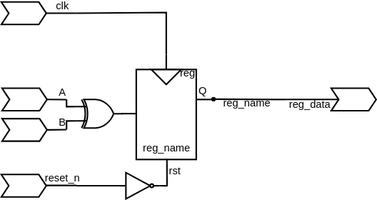
Before: .pic/Basic Verilog structures/registers/fig_07.drawio.svg, a diagram exported from draw.io (MPSU/APS). Source tidied: cells renumbered, new cells last; positions are measured from the earlier drawing's top-left corner, leaving out a move shared by most shapes. The source it was exported from:
```xml
<mxGraphModel>
  <root>
    <mxCell id="0" />
    <mxCell id="1" parent="0" />
    <mxCell id="2" value="&lt;font style=&quot;font-size: 7px;&quot;&gt;reg_name&lt;/font&gt;" style="rounded=0;whiteSpace=wrap;html=1;verticalAlign=bottom;spacingBottom=0;fillColor=none;" parent="1" vertex="1">
      <mxGeometry x="89.5" y="45" width="40" height="60" as="geometry" />
    </mxCell>
    <mxCell id="3" value="reg" style="text;html=1;strokeColor=none;fillColor=none;align=center;verticalAlign=middle;whiteSpace=wrap;rounded=0;fontSize=7;" parent="1" vertex="1">
      <mxGeometry x="116.5" y="44" width="14" height="8" as="geometry" />
    </mxCell>
    <mxCell id="4" style="endArrow=none;html=1;rounded=0;fontSize=7;" parent="1" edge="1">
      <mxGeometry relative="1" as="geometry">
        <mxPoint x="139.5" y="65" as="sourcePoint" />
        <mxPoint x="129.5" y="65" as="targetPoint" />
      </mxGeometry>
    </mxCell>
    <mxCell id="5" style="endArrow=none;html=1;rounded=0;fontSize=7;" parent="1" edge="1">
      <mxGeometry relative="1" as="geometry">
        <mxPoint x="109.5" y="45" as="sourcePoint" />
        <mxPoint x="109.5" y="35" as="targetPoint" />
      </mxGeometry>
    </mxCell>
    <mxCell id="6" style="triangle;whiteSpace=wrap;html=1;fontSize=7;rotation=90;fillColor=none;" parent="1" vertex="1">
      <mxGeometry x="104.5" y="40" width="10" height="20" as="geometry" />
    </mxCell>
    <mxCell id="7" value="Q" style="text;html=1;strokeColor=none;fillColor=none;align=center;verticalAlign=middle;whiteSpace=wrap;rounded=0;fontSize=7;" parent="1" vertex="1">
      <mxGeometry x="130.5" y="55" width="6" height="10" as="geometry" />
    </mxCell>
    <mxCell id="8" style="endArrow=none;html=1;rounded=0;fontSize=7;startArrow=oval;startFill=1;endSize=6;startSize=2;" parent="1" edge="1">
      <mxGeometry relative="1" as="geometry">
        <mxPoint x="141" y="64.8" as="sourcePoint" />
        <mxPoint x="180" y="65" as="targetPoint" />
      </mxGeometry>
    </mxCell>
    <mxCell id="9" value="&lt;font style=&quot;font-size: 7px;&quot;&gt;reg_name&lt;/font&gt;" style="edgeLabel;html=1;align=center;verticalAlign=middle;fontSize=7;labelBackgroundColor=none;" parent="8" vertex="1">
      <mxGeometry x="0.13" relative="1" as="geometry">
        <mxPoint y="3" as="offset" />
      </mxGeometry>
    </mxCell>
    <mxCell id="10" style="shape=step;perimeter=stepPerimeter;whiteSpace=wrap;html=1;fixedSize=1;labelBackgroundColor=#CB9EFF;fontSize=7;fillColor=none;size=5;" parent="1" vertex="1">
      <mxGeometry x="-0.5" width="30" height="15" as="geometry" />
    </mxCell>
    <mxCell id="11" style="shape=step;perimeter=stepPerimeter;whiteSpace=wrap;html=1;fixedSize=1;labelBackgroundColor=#CB9EFF;fontSize=7;fillColor=none;size=5;" parent="1" vertex="1">
      <mxGeometry y="57.5" width="30" height="15" as="geometry" />
    </mxCell>
    <mxCell id="12" style="endArrow=none;html=1;rounded=0;fontSize=7;entryX=1;entryY=0.5;entryDx=0;entryDy=0;" parent="1" edge="1" target="11">
      <mxGeometry relative="1" as="geometry">
        <mxPoint x="43" y="65.1" as="sourcePoint" />
      </mxGeometry>
    </mxCell>
    <mxCell id="13" value="A" style="edgeLabel;html=1;align=center;verticalAlign=middle;fontSize=7;labelBackgroundColor=none;" parent="12" vertex="1">
      <mxGeometry x="0.2" relative="1" as="geometry">
        <mxPoint x="4" y="-5" as="offset" />
      </mxGeometry>
    </mxCell>
    <mxCell id="14" style="endArrow=none;html=1;rounded=0;fontSize=7;" parent="1" edge="1">
      <mxGeometry relative="1" as="geometry">
        <mxPoint x="29.5" y="7.5" as="sourcePoint" />
        <mxPoint x="49.5" y="7.5" as="targetPoint" />
      </mxGeometry>
    </mxCell>
    <mxCell id="15" value="clk" style="edgeLabel;html=1;align=center;verticalAlign=middle;fontSize=7;labelBackgroundColor=none;" parent="14" vertex="1">
      <mxGeometry x="0.4" y="-1" relative="1" as="geometry">
        <mxPoint x="-4" y="-6" as="offset" />
      </mxGeometry>
    </mxCell>
    <mxCell id="16" style="shape=step;perimeter=stepPerimeter;whiteSpace=wrap;html=1;fixedSize=1;labelBackgroundColor=#CB9EFF;fontSize=7;fillColor=none;size=5;" parent="1" vertex="1">
      <mxGeometry x="219.5" y="57.5" width="30" height="15" as="geometry" />
    </mxCell>
    <mxCell id="17" style="endArrow=none;html=1;rounded=0;fontSize=7;" parent="1" edge="1">
      <mxGeometry relative="1" as="geometry">
        <mxPoint x="224.5" y="65" as="sourcePoint" />
        <mxPoint x="189.5" y="65" as="targetPoint" />
      </mxGeometry>
    </mxCell>
    <mxCell id="18" value="reg_data" style="edgeLabel;html=1;align=center;verticalAlign=middle;fontSize=7;labelBackgroundColor=none;" parent="17" vertex="1">
      <mxGeometry x="0.2" relative="1" as="geometry">
        <mxPoint x="1" y="3" as="offset" />
      </mxGeometry>
    </mxCell>
    <mxCell id="19" style="endArrow=none;html=1;rounded=0;fontSize=7;" parent="1" edge="1">
      <mxGeometry relative="1" as="geometry">
        <mxPoint x="109.5" y="35" as="sourcePoint" />
        <mxPoint x="49.5" y="7.5" as="targetPoint" />
        <Array as="points">
          <mxPoint x="109.5" y="7" />
        </Array>
      </mxGeometry>
    </mxCell>
    <mxCell id="20" style="endArrow=none;html=1;rounded=0;fontSize=7;" parent="1" edge="1">
      <mxGeometry relative="1" as="geometry">
        <mxPoint x="179.5" y="65" as="sourcePoint" />
        <mxPoint x="189.5" y="65" as="targetPoint" />
      </mxGeometry>
    </mxCell>
    <mxCell id="21" style="endArrow=none;html=1;rounded=0;fontSize=7;entryX=0.511;entryY=0.992;entryDx=0;entryDy=0;entryPerimeter=0;" parent="1" edge="1" target="2">
      <mxGeometry relative="1" as="geometry">
        <mxPoint x="110" y="123" as="sourcePoint" />
      </mxGeometry>
    </mxCell>
    <mxCell id="22" value="rst" style="edgeLabel;html=1;align=center;verticalAlign=middle;fontSize=7;" parent="21" vertex="1">
      <mxGeometry x="0.41" relative="1" as="geometry">
        <mxPoint x="5" y="2" as="offset" />
      </mxGeometry>
    </mxCell>
    <mxCell id="23" style="group;" parent="1" vertex="1">
      <mxGeometry x="-0.5" y="115" width="80" height="15" as="geometry" />
    </mxCell>
    <mxCell id="24" style="shape=step;perimeter=stepPerimeter;whiteSpace=wrap;html=1;fixedSize=1;labelBackgroundColor=#CB9EFF;fontSize=7;fillColor=none;size=5;" parent="23" vertex="1">
      <mxGeometry width="30" height="15" as="geometry" />
    </mxCell>
    <mxCell id="25" style="endArrow=none;html=1;rounded=0;fontSize=7;" parent="23" edge="1">
      <mxGeometry relative="1" as="geometry">
        <mxPoint x="50" y="7.3" as="sourcePoint" />
        <mxPoint x="30" y="7.3" as="targetPoint" />
      </mxGeometry>
    </mxCell>
    <mxCell id="26" value="reset_n" style="edgeLabel;html=1;align=center;verticalAlign=middle;fontSize=7;labelBackgroundColor=none;" parent="25" vertex="1">
      <mxGeometry x="0.2" relative="1" as="geometry">
        <mxPoint x="2" y="-5" as="offset" />
      </mxGeometry>
    </mxCell>
    <mxCell id="27" style="endArrow=none;html=1;rounded=0;fontSize=7;" parent="23" edge="1">
      <mxGeometry relative="1" as="geometry">
        <mxPoint x="50" y="7.5" as="sourcePoint" />
        <mxPoint x="80" y="7.5" as="targetPoint" />
      </mxGeometry>
    </mxCell>
    <mxCell id="28" style="shape=step;perimeter=stepPerimeter;whiteSpace=wrap;html=1;fixedSize=1;labelBackgroundColor=#CB9EFF;fontSize=7;fillColor=none;size=5;" parent="1" vertex="1">
      <mxGeometry y="77.8" width="30" height="15" as="geometry" />
    </mxCell>
    <mxCell id="29" style="endArrow=none;html=1;rounded=0;fontSize=7;entryX=1;entryY=0.5;entryDx=0;entryDy=0;" parent="1" edge="1" target="28">
      <mxGeometry relative="1" as="geometry">
        <mxPoint x="43" y="85.1" as="sourcePoint" />
      </mxGeometry>
    </mxCell>
    <mxCell id="30" value="B" style="edgeLabel;html=1;align=center;verticalAlign=middle;fontSize=7;labelBackgroundColor=none;" parent="29" vertex="1">
      <mxGeometry x="0.2" relative="1" as="geometry">
        <mxPoint x="4" y="-5" as="offset" />
      </mxGeometry>
    </mxCell>
    <mxCell id="31" style="endArrow=none;html=1;rounded=0;fontSize=7;" parent="1" edge="1">
      <mxGeometry relative="1" as="geometry">
        <mxPoint x="79.5" y="74.4" as="sourcePoint" />
        <mxPoint x="89.5" y="74.4" as="targetPoint" />
      </mxGeometry>
    </mxCell>
    <mxCell id="32" style="edgeStyle=orthogonalEdgeStyle;rounded=0;jettySize=auto;html=1;exitX=1;exitY=0.5;exitDx=0;exitDy=0;exitPerimeter=0;endArrow=none;endFill=0;" parent="1" edge="1" source="33">
      <mxGeometry relative="1" as="geometry">
        <mxPoint x="110" y="122.5" as="targetPoint" />
      </mxGeometry>
    </mxCell>
    <mxCell id="33" style="verticalLabelPosition=bottom;shadow=0;dashed=0;align=center;html=1;verticalAlign=top;shape=mxgraph.electrical.logic_gates.inverter_2;" parent="1" vertex="1">
      <mxGeometry x="78" y="113.8" width="27" height="17.5" as="geometry" />
    </mxCell>
    <mxCell id="34" style="edgeStyle=orthogonalEdgeStyle;rounded=0;jettySize=auto;html=1;exitX=0;exitY=0.25;exitDx=0;exitDy=0;exitPerimeter=0;endArrow=none;endFill=0;" parent="1" edge="1" source="36">
      <mxGeometry relative="1" as="geometry">
        <mxPoint x="43" y="65" as="targetPoint" />
      </mxGeometry>
    </mxCell>
    <mxCell id="35" style="edgeStyle=orthogonalEdgeStyle;rounded=0;jettySize=auto;html=1;exitX=0;exitY=0.75;exitDx=0;exitDy=0;exitPerimeter=0;endArrow=none;endFill=0;" parent="1" edge="1" source="36">
      <mxGeometry relative="1" as="geometry">
        <mxPoint x="43" y="85" as="targetPoint" />
      </mxGeometry>
    </mxCell>
    <mxCell id="36" style="verticalLabelPosition=bottom;shadow=0;dashed=0;align=center;html=1;verticalAlign=top;shape=mxgraph.electrical.logic_gates.logic_gate;operation=xor;" parent="1" vertex="1">
      <mxGeometry x="50" y="65" width="30.5" height="19" as="geometry" />
    </mxCell>
  </root>
</mxGraphModel>
```
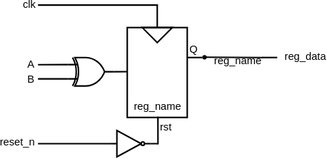
After the change.

What changed in the source:
```diff
@@ -5,21 +5,21 @@
     <mxCell id="2" value="&lt;font style=&quot;font-size: 7px;&quot;&gt;reg_name&lt;/font&gt;" style="rounded=0;whiteSpace=wrap;html=1;verticalAlign=bottom;spacingBottom=0;fillColor=none;" parent="1" vertex="1">
       <mxGeometry x="89.5" y="45" width="40" height="60" as="geometry" />
     </mxCell>
-    <mxCell id="3" value="reg" style="text;html=1;strokeColor=none;fillColor=none;align=center;verticalAlign=middle;whiteSpace=wrap;rounded=0;fontSize=7;" parent="1" vertex="1">
-      <mxGeometry x="116.5" y="44" width="14" height="8" as="geometry" />
-    </mxCell>
     <mxCell id="4" style="endArrow=none;html=1;rounded=0;fontSize=7;" parent="1" edge="1">
       <mxGeometry relative="1" as="geometry">
         <mxPoint x="139.5" y="65" as="sourcePoint" />
         <mxPoint x="129.5" y="65" as="targetPoint" />
       </mxGeometry>
     </mxCell>
-    <mxCell id="5" style="endArrow=none;html=1;rounded=0;fontSize=7;" parent="1" edge="1">
-      <mxGeometry relative="1" as="geometry">
-        <mxPoint x="109.5" y="45" as="sourcePoint" />
-        <mxPoint x="109.5" y="35" as="targetPoint" />
-      </mxGeometry>
-    </mxCell>
+    <mxCell id="37" style="edgeStyle=orthogonalEdgeStyle;rounded=0;jettySize=auto;html=1;exitX=0;exitY=0.5;exitDx=0;exitDy=0;endArrow=none;endFill=0;" parent="1" edge="1" source="6">
+      <mxGeometry relative="1" as="geometry">
+        <mxPoint x="30" y="30" as="targetPoint" />
+        <Array as="points">
+          <mxPoint x="109" y="30" />
+          <mxPoint x="30" y="30" />
+        </Array>
+      </mxGeometry>
+    </mxCell>
     <mxCell id="6" style="triangle;whiteSpace=wrap;html=1;fontSize=7;rotation=90;fillColor=none;" parent="1" vertex="1">
       <mxGeometry x="104.5" y="40" width="10" height="20" as="geometry" />
     </mxCell>
@@ -37,56 +37,6 @@
         <mxPoint y="3" as="offset" />
       </mxGeometry>
     </mxCell>
-    <mxCell id="10" style="shape=step;perimeter=stepPerimeter;whiteSpace=wrap;html=1;fixedSize=1;labelBackgroundColor=#CB9EFF;fontSize=7;fillColor=none;size=5;" parent="1" vertex="1">
-      <mxGeometry x="-0.5" width="30" height="15" as="geometry" />
-    </mxCell>
-    <mxCell id="11" style="shape=step;perimeter=stepPerimeter;whiteSpace=wrap;html=1;fixedSize=1;labelBackgroundColor=#CB9EFF;fontSize=7;fillColor=none;size=5;" parent="1" vertex="1">
-      <mxGeometry y="57.5" width="30" height="15" as="geometry" />
-    </mxCell>
-    <mxCell id="12" style="endArrow=none;html=1;rounded=0;fontSize=7;entryX=1;entryY=0.5;entryDx=0;entryDy=0;" parent="1" edge="1" target="11">
-      <mxGeometry relative="1" as="geometry">
-        <mxPoint x="43" y="65.1" as="sourcePoint" />
-      </mxGeometry>
-    </mxCell>
-    <mxCell id="13" value="A" style="edgeLabel;html=1;align=center;verticalAlign=middle;fontSize=7;labelBackgroundColor=none;" parent="12" vertex="1">
-      <mxGeometry x="0.2" relative="1" as="geometry">
-        <mxPoint x="4" y="-5" as="offset" />
-      </mxGeometry>
-    </mxCell>
-    <mxCell id="14" style="endArrow=none;html=1;rounded=0;fontSize=7;" parent="1" edge="1">
-      <mxGeometry relative="1" as="geometry">
-        <mxPoint x="29.5" y="7.5" as="sourcePoint" />
-        <mxPoint x="49.5" y="7.5" as="targetPoint" />
-      </mxGeometry>
-    </mxCell>
-    <mxCell id="15" value="clk" style="edgeLabel;html=1;align=center;verticalAlign=middle;fontSize=7;labelBackgroundColor=none;" parent="14" vertex="1">
-      <mxGeometry x="0.4" y="-1" relative="1" as="geometry">
-        <mxPoint x="-4" y="-6" as="offset" />
-      </mxGeometry>
-    </mxCell>
-    <mxCell id="16" style="shape=step;perimeter=stepPerimeter;whiteSpace=wrap;html=1;fixedSize=1;labelBackgroundColor=#CB9EFF;fontSize=7;fillColor=none;size=5;" parent="1" vertex="1">
-      <mxGeometry x="219.5" y="57.5" width="30" height="15" as="geometry" />
-    </mxCell>
-    <mxCell id="17" style="endArrow=none;html=1;rounded=0;fontSize=7;" parent="1" edge="1">
-      <mxGeometry relative="1" as="geometry">
-        <mxPoint x="224.5" y="65" as="sourcePoint" />
-        <mxPoint x="189.5" y="65" as="targetPoint" />
-      </mxGeometry>
-    </mxCell>
-    <mxCell id="18" value="reg_data" style="edgeLabel;html=1;align=center;verticalAlign=middle;fontSize=7;labelBackgroundColor=none;" parent="17" vertex="1">
-      <mxGeometry x="0.2" relative="1" as="geometry">
-        <mxPoint x="1" y="3" as="offset" />
-      </mxGeometry>
-    </mxCell>
-    <mxCell id="19" style="endArrow=none;html=1;rounded=0;fontSize=7;" parent="1" edge="1">
-      <mxGeometry relative="1" as="geometry">
-        <mxPoint x="109.5" y="35" as="sourcePoint" />
-        <mxPoint x="49.5" y="7.5" as="targetPoint" />
-        <Array as="points">
-          <mxPoint x="109.5" y="7" />
-        </Array>
-      </mxGeometry>
-    </mxCell>
     <mxCell id="20" style="endArrow=none;html=1;rounded=0;fontSize=7;" parent="1" edge="1">
       <mxGeometry relative="1" as="geometry">
         <mxPoint x="179.5" y="65" as="sourcePoint" />
@@ -103,45 +53,8 @@
         <mxPoint x="5" y="2" as="offset" />
       </mxGeometry>
     </mxCell>
-    <mxCell id="23" style="group;" parent="1" vertex="1">
-      <mxGeometry x="-0.5" y="115" width="80" height="15" as="geometry" />
-    </mxCell>
-    <mxCell id="24" style="shape=step;perimeter=stepPerimeter;whiteSpace=wrap;html=1;fixedSize=1;labelBackgroundColor=#CB9EFF;fontSize=7;fillColor=none;size=5;" parent="23" vertex="1">
-      <mxGeometry width="30" height="15" as="geometry" />
-    </mxCell>
-    <mxCell id="25" style="endArrow=none;html=1;rounded=0;fontSize=7;" parent="23" edge="1">
-      <mxGeometry relative="1" as="geometry">
-        <mxPoint x="50" y="7.3" as="sourcePoint" />
-        <mxPoint x="30" y="7.3" as="targetPoint" />
-      </mxGeometry>
-    </mxCell>
-    <mxCell id="26" value="reset_n" style="edgeLabel;html=1;align=center;verticalAlign=middle;fontSize=7;labelBackgroundColor=none;" parent="25" vertex="1">
-      <mxGeometry x="0.2" relative="1" as="geometry">
-        <mxPoint x="2" y="-5" as="offset" />
-      </mxGeometry>
-    </mxCell>
-    <mxCell id="27" style="endArrow=none;html=1;rounded=0;fontSize=7;" parent="23" edge="1">
-      <mxGeometry relative="1" as="geometry">
-        <mxPoint x="50" y="7.5" as="sourcePoint" />
-        <mxPoint x="80" y="7.5" as="targetPoint" />
-      </mxGeometry>
-    </mxCell>
-    <mxCell id="28" style="shape=step;perimeter=stepPerimeter;whiteSpace=wrap;html=1;fixedSize=1;labelBackgroundColor=#CB9EFF;fontSize=7;fillColor=none;size=5;" parent="1" vertex="1">
-      <mxGeometry y="77.8" width="30" height="15" as="geometry" />
-    </mxCell>
-    <mxCell id="29" style="endArrow=none;html=1;rounded=0;fontSize=7;entryX=1;entryY=0.5;entryDx=0;entryDy=0;" parent="1" edge="1" target="28">
-      <mxGeometry relative="1" as="geometry">
-        <mxPoint x="43" y="85.1" as="sourcePoint" />
-      </mxGeometry>
-    </mxCell>
-    <mxCell id="30" value="B" style="edgeLabel;html=1;align=center;verticalAlign=middle;fontSize=7;labelBackgroundColor=none;" parent="29" vertex="1">
-      <mxGeometry x="0.2" relative="1" as="geometry">
-        <mxPoint x="4" y="-5" as="offset" />
-      </mxGeometry>
-    </mxCell>
-    <mxCell id="31" style="endArrow=none;html=1;rounded=0;fontSize=7;" parent="1" edge="1">
+    <mxCell id="31" style="endArrow=none;html=1;rounded=0;fontSize=7;exitX=1;exitY=0.5;exitDx=0;exitDy=0;exitPerimeter=0;" parent="1" edge="1" source="36">
       <mxGeometry relative="1" as="geometry">
-        <mxPoint x="79.5" y="74.4" as="sourcePoint" />
         <mxPoint x="89.5" y="74.4" as="targetPoint" />
       </mxGeometry>
     </mxCell>
@@ -150,21 +63,41 @@
         <mxPoint x="110" y="122.5" as="targetPoint" />
       </mxGeometry>
     </mxCell>
+    <mxCell id="38" style="edgeStyle=orthogonalEdgeStyle;rounded=0;jettySize=auto;html=1;exitX=0;exitY=0.5;exitDx=0;exitDy=0;exitPerimeter=0;endArrow=none;endFill=0;" parent="1" edge="1" source="33">
+      <mxGeometry relative="1" as="geometry">
+        <mxPoint x="30" y="122.5" as="targetPoint" />
+      </mxGeometry>
+    </mxCell>
     <mxCell id="33" style="verticalLabelPosition=bottom;shadow=0;dashed=0;align=center;html=1;verticalAlign=top;shape=mxgraph.electrical.logic_gates.inverter_2;" parent="1" vertex="1">
       <mxGeometry x="78" y="113.8" width="27" height="17.5" as="geometry" />
     </mxCell>
-    <mxCell id="34" style="edgeStyle=orthogonalEdgeStyle;rounded=0;jettySize=auto;html=1;exitX=0;exitY=0.25;exitDx=0;exitDy=0;exitPerimeter=0;endArrow=none;endFill=0;" parent="1" edge="1" source="36">
-      <mxGeometry relative="1" as="geometry">
-        <mxPoint x="43" y="65" as="targetPoint" />
-      </mxGeometry>
-    </mxCell>
-    <mxCell id="35" style="edgeStyle=orthogonalEdgeStyle;rounded=0;jettySize=auto;html=1;exitX=0;exitY=0.75;exitDx=0;exitDy=0;exitPerimeter=0;endArrow=none;endFill=0;" parent="1" edge="1" source="36">
-      <mxGeometry relative="1" as="geometry">
-        <mxPoint x="43" y="85" as="targetPoint" />
-      </mxGeometry>
-    </mxCell>
+    <mxCell id="39" style="edgeStyle=orthogonalEdgeStyle;rounded=0;jettySize=auto;html=1;exitX=0;exitY=0.25;exitDx=0;exitDy=0;exitPerimeter=0;endArrow=none;endFill=0;" parent="1" edge="1" source="36">
+      <mxGeometry relative="1" as="geometry">
+        <mxPoint x="30" y="69.7" as="targetPoint" />
+      </mxGeometry>
+    </mxCell>
+    <mxCell id="40" style="edgeStyle=orthogonalEdgeStyle;rounded=0;jettySize=auto;html=1;exitX=0;exitY=0.75;exitDx=0;exitDy=0;exitPerimeter=0;endArrow=none;endFill=0;" parent="1" edge="1" source="36">
+      <mxGeometry relative="1" as="geometry">
+        <mxPoint x="30" y="79.3" as="targetPoint" />
+      </mxGeometry>
+    </mxCell>
     <mxCell id="36" style="verticalLabelPosition=bottom;shadow=0;dashed=0;align=center;html=1;verticalAlign=top;shape=mxgraph.electrical.logic_gates.logic_gate;operation=xor;" parent="1" vertex="1">
       <mxGeometry x="50" y="65" width="30.5" height="19" as="geometry" />
     </mxCell>
+    <mxCell id="18" value="reg_data" style="edgeLabel;html=1;align=center;verticalAlign=middle;fontSize=7;labelBackgroundColor=none;" parent="1" vertex="1">
+      <mxGeometry x="208" y="65" as="geometry" />
+    </mxCell>
+    <mxCell id="26" value="reset_n" style="edgeLabel;html=1;align=center;verticalAlign=middle;fontSize=7;labelBackgroundColor=none;" parent="1" vertex="1">
+      <mxGeometry x="15.5" y="122.3" as="geometry" />
+    </mxCell>
+    <mxCell id="13" value="A" style="edgeLabel;html=1;align=center;verticalAlign=middle;fontSize=7;labelBackgroundColor=none;" parent="1" vertex="1">
+      <mxGeometry x="25" y="70" as="geometry" />
+    </mxCell>
+    <mxCell id="30" value="B" style="edgeLabel;html=1;align=center;verticalAlign=middle;fontSize=7;labelBackgroundColor=none;" parent="1" vertex="1">
+      <mxGeometry x="25" y="80" as="geometry" />
+    </mxCell>
+    <mxCell id="15" value="clk" style="edgeLabel;html=1;align=center;verticalAlign=middle;fontSize=7;labelBackgroundColor=none;" parent="1" vertex="1">
+      <mxGeometry x="24" y="30" as="geometry" />
+    </mxCell>
   </root>
 </mxGraphModel>
```
